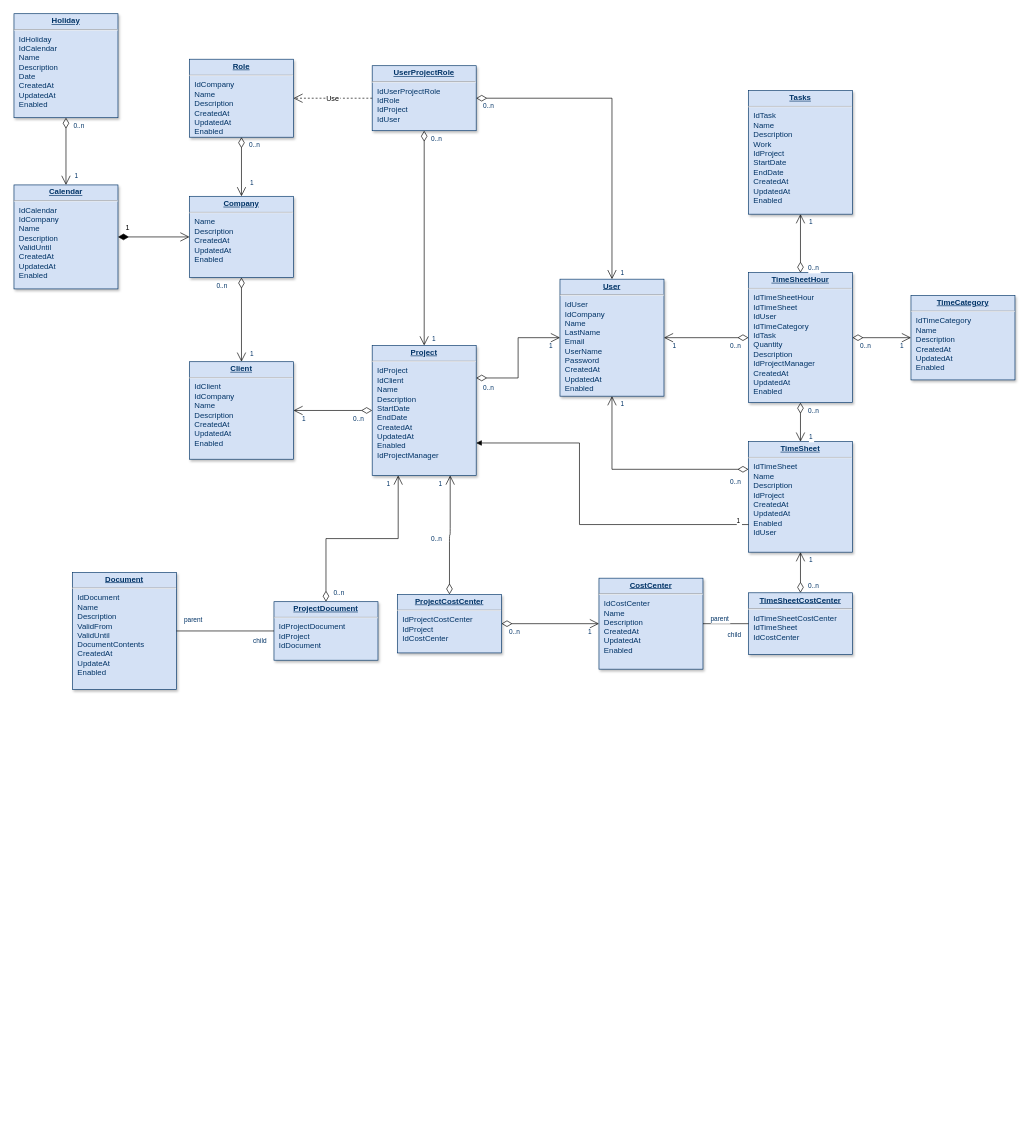
Earlier version of the draw.io diagram modelo_parametricas.drawio (AndresClavijoRo/parametricas). Source tidied: cells renumbered, new cells numbered last; positions are measured from the earlier drawing's top-left corner, leaving out a move shared by most shapes. Both pictures are drawn from the tidied source at 65%, with x=0, y=0 at pixel (14, 14).
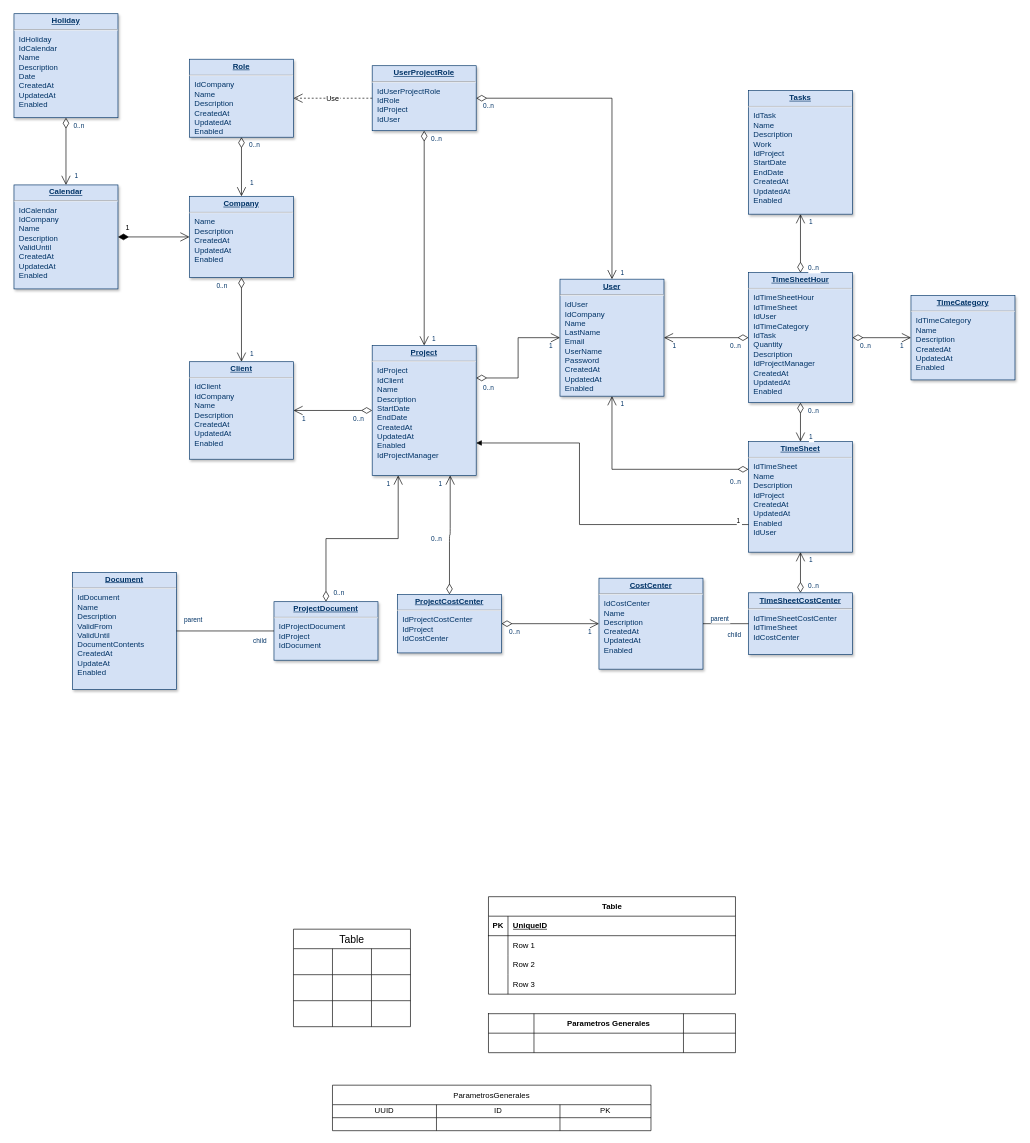
The same diagram, later.

Diff of the diagram source:
```diff
@@
+    <mxCell id="77" value="Table" style="shape=table;startSize=30;childLayout=tableLayout;rowLines=0;fontStyle=1;align=center;html=1;" parent="1" vertex="1">
+      <mxGeometry x="730" y="1358" width="380" height="150" as="geometry" />
+    </mxCell>
+    <mxCell id="78" style="shape=tableRow;horizontal=0;startSize=0;swimlaneHead=0;swimlaneBody=0;fillColor=none;top=0;left=0;right=0;bottom=1;" parent="77" vertex="1">
+      <mxGeometry y="30" width="380" height="30" as="geometry" />
+    </mxCell>
+    <mxCell id="79" value="PK" style="shape=partialRectangle;fillColor=none;top=0;left=0;bottom=0;right=0;fontStyle=1;overflow=hidden;whiteSpace=wrap;html=1;" parent="78" vertex="1">
+      <mxGeometry width="30" height="30" as="geometry" />
+    </mxCell>
+    <mxCell id="80" value="UniqueID" style="shape=partialRectangle;fillColor=none;top=0;left=0;bottom=0;right=0;align=left;spacingLeft=6;fontStyle=5;overflow=hidden;whiteSpace=wrap;html=1;" parent="78" vertex="1">
+      <mxGeometry x="30" width="350" height="30" as="geometry" />
+    </mxCell>
+    <mxCell id="81" style="shape=tableRow;horizontal=0;startSize=0;swimlaneHead=0;swimlaneBody=0;fillColor=none;top=0;left=0;right=0;bottom=0;" parent="77" vertex="1">
+      <mxGeometry y="60" width="380" height="30" as="geometry" />
+    </mxCell>
+    <mxCell id="82" style="shape=partialRectangle;fillColor=none;top=0;left=0;bottom=0;right=0;overflow=hidden;whiteSpace=wrap;html=1;" parent="81" vertex="1">
+      <mxGeometry width="30" height="30" as="geometry" />
+    </mxCell>
+    <mxCell id="83" value="Row 1" style="shape=partialRectangle;fillColor=none;top=0;left=0;bottom=0;right=0;align=left;spacingLeft=6;overflow=hidden;whiteSpace=wrap;html=1;" parent="81" vertex="1">
+      <mxGeometry x="30" width="350" height="30" as="geometry" />
+    </mxCell>
+    <mxCell id="84" style="shape=tableRow;horizontal=0;startSize=0;swimlaneHead=0;swimlaneBody=0;fillColor=none;top=0;left=0;right=0;bottom=0;" parent="77" vertex="1">
+      <mxGeometry y="90" width="380" height="30" as="geometry" />
+    </mxCell>
+    <mxCell id="85" style="shape=partialRectangle;fillColor=none;top=0;left=0;bottom=0;right=0;overflow=hidden;whiteSpace=wrap;html=1;" parent="84" vertex="1">
+      <mxGeometry width="30" height="30" as="geometry" />
+    </mxCell>
+    <mxCell id="86" value="Row 2" style="shape=partialRectangle;fillColor=none;top=0;left=0;bottom=0;right=0;align=left;spacingLeft=6;overflow=hidden;whiteSpace=wrap;html=1;" parent="84" vertex="1">
+      <mxGeometry x="30" width="350" height="30" as="geometry" />
+    </mxCell>
+    <mxCell id="87" style="shape=tableRow;horizontal=0;startSize=0;swimlaneHead=0;swimlaneBody=0;fillColor=none;top=0;left=0;right=0;bottom=0;" parent="77" vertex="1">
+      <mxGeometry y="120" width="380" height="30" as="geometry" />
+    </mxCell>
+    <mxCell id="88" style="shape=partialRectangle;fillColor=none;top=0;left=0;bottom=0;right=0;overflow=hidden;whiteSpace=wrap;html=1;" parent="87" vertex="1">
+      <mxGeometry width="30" height="30" as="geometry" />
+    </mxCell>
+    <mxCell id="89" value="Row 3" style="shape=partialRectangle;fillColor=none;top=0;left=0;bottom=0;right=0;align=left;spacingLeft=6;overflow=hidden;whiteSpace=wrap;html=1;" parent="87" vertex="1">
+      <mxGeometry x="30" width="350" height="30" as="geometry" />
+    </mxCell>
+    <mxCell id="90" value="Table" style="shape=table;startSize=30;childLayout=tableLayout;strokeColor=default;fontSize=16;" parent="1" vertex="1">
+      <mxGeometry x="430" y="1408" width="180" height="150" as="geometry" />
+    </mxCell>
+    <mxCell id="91" style="shape=tableRow;horizontal=0;startSize=0;swimlaneHead=0;swimlaneBody=0;strokeColor=inherit;top=0;left=0;bottom=0;right=0;fillColor=none;fontSize=16;" parent="90" vertex="1">
+      <mxGeometry y="30" width="180" height="40" as="geometry" />
+    </mxCell>
+    <mxCell id="92" style="shape=partialRectangle;html=1;whiteSpace=wrap;strokeColor=inherit;overflow=hidden;fillColor=none;top=0;left=0;bottom=0;right=0;fontSize=16;" parent="91" vertex="1">
+      <mxGeometry width="60" height="40" as="geometry" />
+    </mxCell>
+    <mxCell id="93" style="shape=partialRectangle;html=1;whiteSpace=wrap;strokeColor=inherit;overflow=hidden;fillColor=none;top=0;left=0;bottom=0;right=0;fontSize=16;" parent="91" vertex="1">
+      <mxGeometry x="60" width="60" height="40" as="geometry" />
+    </mxCell>
+    <mxCell id="94" style="shape=partialRectangle;html=1;whiteSpace=wrap;strokeColor=inherit;overflow=hidden;fillColor=none;top=0;left=0;bottom=0;right=0;fontSize=16;" parent="91" vertex="1">
+      <mxGeometry x="120" width="60" height="40" as="geometry" />
+    </mxCell>
+    <mxCell id="95" style="shape=tableRow;horizontal=0;startSize=0;swimlaneHead=0;swimlaneBody=0;strokeColor=inherit;top=0;left=0;bottom=0;right=0;fillColor=none;fontSize=16;" parent="90" vertex="1">
+      <mxGeometry y="70" width="180" height="40" as="geometry" />
+    </mxCell>
+    <mxCell id="96" style="shape=partialRectangle;html=1;whiteSpace=wrap;strokeColor=inherit;overflow=hidden;fillColor=none;top=0;left=0;bottom=0;right=0;fontSize=16;" parent="95" vertex="1">
+      <mxGeometry width="60" height="40" as="geometry" />
+    </mxCell>
+    <mxCell id="97" style="shape=partialRectangle;html=1;whiteSpace=wrap;strokeColor=inherit;overflow=hidden;fillColor=none;top=0;left=0;bottom=0;right=0;fontSize=16;" parent="95" vertex="1">
+      <mxGeometry x="60" width="60" height="40" as="geometry" />
+    </mxCell>
+    <mxCell id="98" style="shape=partialRectangle;html=1;whiteSpace=wrap;strokeColor=inherit;overflow=hidden;fillColor=none;top=0;left=0;bottom=0;right=0;fontSize=16;" parent="95" vertex="1">
+      <mxGeometry x="120" width="60" height="40" as="geometry" />
+    </mxCell>
+    <mxCell id="99" style="shape=tableRow;horizontal=0;startSize=0;swimlaneHead=0;swimlaneBody=0;strokeColor=inherit;top=0;left=0;bottom=0;right=0;fillColor=none;fontSize=16;" parent="90" vertex="1">
+      <mxGeometry y="110" width="180" height="40" as="geometry" />
+    </mxCell>
+    <mxCell id="100" style="shape=partialRectangle;html=1;whiteSpace=wrap;strokeColor=inherit;overflow=hidden;fillColor=none;top=0;left=0;bottom=0;right=0;fontSize=16;" parent="99" vertex="1">
+      <mxGeometry width="60" height="40" as="geometry" />
+    </mxCell>
+    <mxCell id="101" style="shape=partialRectangle;html=1;whiteSpace=wrap;strokeColor=inherit;overflow=hidden;fillColor=none;top=0;left=0;bottom=0;right=0;fontSize=16;" parent="99" vertex="1">
+      <mxGeometry x="60" width="60" height="40" as="geometry" />
+    </mxCell>
+    <mxCell id="102" style="shape=partialRectangle;html=1;whiteSpace=wrap;strokeColor=inherit;overflow=hidden;fillColor=none;top=0;left=0;bottom=0;right=0;fontSize=16;" parent="99" vertex="1">
+      <mxGeometry x="120" width="60" height="40" as="geometry" />
+    </mxCell>
+    <mxCell id="103" style="shape=table;startSize=0;childLayout=tableLayout;" parent="1" vertex="1">
+      <mxGeometry x="730" y="1538" width="380" height="60" as="geometry" />
+    </mxCell>
+    <mxCell id="104" style="shape=tableRow;horizontal=0;startSize=0;swimlaneHead=0;swimlaneBody=0;strokeColor=inherit;top=0;left=0;bottom=0;right=0;fillColor=none;" parent="103" vertex="1">
+      <mxGeometry width="380" height="30" as="geometry" />
+    </mxCell>
+    <mxCell id="105" style="shape=partialRectangle;html=1;whiteSpace=wrap;strokeColor=inherit;overflow=hidden;fillColor=none;top=0;left=0;bottom=0;right=0;" parent="104" vertex="1">
+      <mxGeometry width="70" height="30" as="geometry" />
+    </mxCell>
+    <mxCell id="106" value="&lt;b&gt;Parametros Generales&lt;/b&gt;" style="shape=partialRectangle;html=1;whiteSpace=wrap;strokeColor=inherit;overflow=hidden;fillColor=none;top=0;left=0;bottom=0;right=0;" parent="104" vertex="1">
+      <mxGeometry x="70" width="230" height="30" as="geometry" />
+    </mxCell>
+    <mxCell id="107" style="shape=partialRectangle;html=1;whiteSpace=wrap;strokeColor=inherit;overflow=hidden;fillColor=none;top=0;left=0;bottom=0;right=0;" parent="104" vertex="1">
+      <mxGeometry x="300" width="80" height="30" as="geometry" />
+    </mxCell>
+    <mxCell id="108" style="shape=tableRow;horizontal=0;startSize=0;swimlaneHead=0;swimlaneBody=0;strokeColor=inherit;top=0;left=0;bottom=0;right=0;fillColor=none;" parent="103" vertex="1">
+      <mxGeometry y="30" width="380" height="30" as="geometry" />
+    </mxCell>
+    <mxCell id="109" style="shape=partialRectangle;html=1;whiteSpace=wrap;strokeColor=inherit;overflow=hidden;fillColor=none;top=0;left=0;bottom=0;right=0;" parent="108" vertex="1">
+      <mxGeometry width="70" height="30" as="geometry" />
+    </mxCell>
+    <mxCell id="110" style="shape=partialRectangle;html=1;whiteSpace=wrap;strokeColor=inherit;overflow=hidden;fillColor=none;top=0;left=0;bottom=0;right=0;" parent="108" vertex="1">
+      <mxGeometry x="70" width="230" height="30" as="geometry" />
+    </mxCell>
+    <mxCell id="111" style="shape=partialRectangle;html=1;whiteSpace=wrap;strokeColor=inherit;overflow=hidden;fillColor=none;top=0;left=0;bottom=0;right=0;" parent="108" vertex="1">
+      <mxGeometry x="300" width="80" height="30" as="geometry" />
+    </mxCell>
+    <mxCell id="112" value="ParametrosGenerales" style="shape=table;startSize=30;childLayout=tableLayout;" parent="1" vertex="1">
+      <mxGeometry x="490" y="1648" width="490" height="70" as="geometry" />
+    </mxCell>
+    <mxCell id="113" style="shape=tableRow;horizontal=0;startSize=0;swimlaneHead=0;swimlaneBody=0;strokeColor=inherit;top=0;left=0;bottom=0;right=0;fillColor=none;" parent="112" vertex="1">
+      <mxGeometry y="30" width="490" height="20" as="geometry" />
+    </mxCell>
+    <mxCell id="114" value="UUID" style="shape=partialRectangle;html=1;whiteSpace=wrap;strokeColor=inherit;overflow=hidden;fillColor=none;top=0;left=0;bottom=0;right=0;" parent="113" vertex="1">
+      <mxGeometry width="160" height="20" as="geometry" />
+    </mxCell>
+    <mxCell id="115" value="ID" style="shape=partialRectangle;html=1;whiteSpace=wrap;strokeColor=inherit;overflow=hidden;fillColor=none;top=0;left=0;bottom=0;right=0;" parent="113" vertex="1">
+      <mxGeometry x="160" width="190" height="20" as="geometry" />
+    </mxCell>
+    <mxCell id="116" value="PK" style="shape=partialRectangle;html=1;whiteSpace=wrap;strokeColor=inherit;overflow=hidden;fillColor=none;top=0;left=0;bottom=0;right=0;" parent="113" vertex="1">
+      <mxGeometry x="350" width="140" height="20" as="geometry" />
+    </mxCell>
+    <mxCell id="117" style="shape=tableRow;horizontal=0;startSize=0;swimlaneHead=0;swimlaneBody=0;strokeColor=inherit;top=0;left=0;bottom=0;right=0;fillColor=none;" parent="112" vertex="1">
+      <mxGeometry y="50" width="490" height="20" as="geometry" />
+    </mxCell>
+    <mxCell id="118" style="shape=partialRectangle;html=1;whiteSpace=wrap;strokeColor=inherit;overflow=hidden;fillColor=none;top=0;left=0;bottom=0;right=0;" parent="117" vertex="1">
+      <mxGeometry width="160" height="20" as="geometry" />
+    </mxCell>
+    <mxCell id="119" style="shape=partialRectangle;html=1;whiteSpace=wrap;strokeColor=inherit;overflow=hidden;fillColor=none;top=0;left=0;bottom=0;right=0;" parent="117" vertex="1">
+      <mxGeometry x="160" width="190" height="20" as="geometry" />
+    </mxCell>
+    <mxCell id="120" style="shape=partialRectangle;html=1;whiteSpace=wrap;strokeColor=inherit;overflow=hidden;fillColor=none;top=0;left=0;bottom=0;right=0;" parent="117" vertex="1">
+      <mxGeometry x="350" width="140" height="20" as="geometry" />
+    </mxCell>
```
